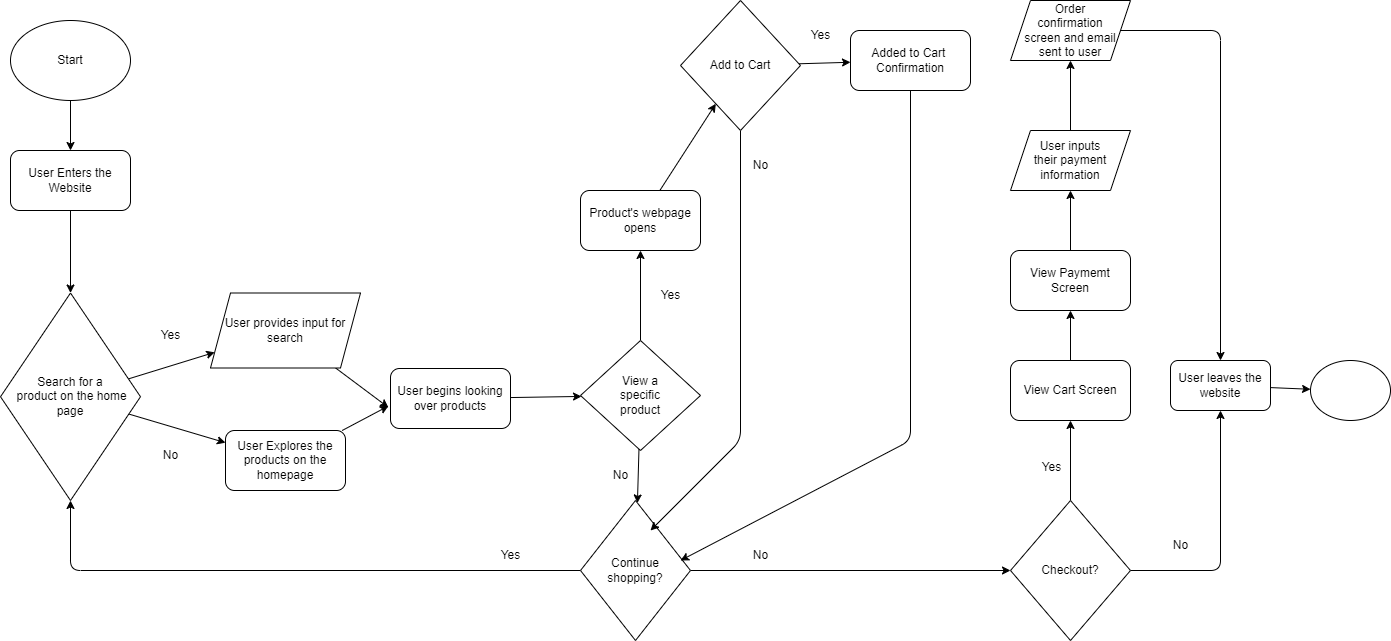
The draw.io diagram explore/diagramming/diagram.drawio.png in ajakhanwal/sp24-cse110-lab4, before a commit. Source tidied: cells renumbered, new cells last; positions are measured from the earlier drawing's top-left corner, leaving out a move shared by most shapes.
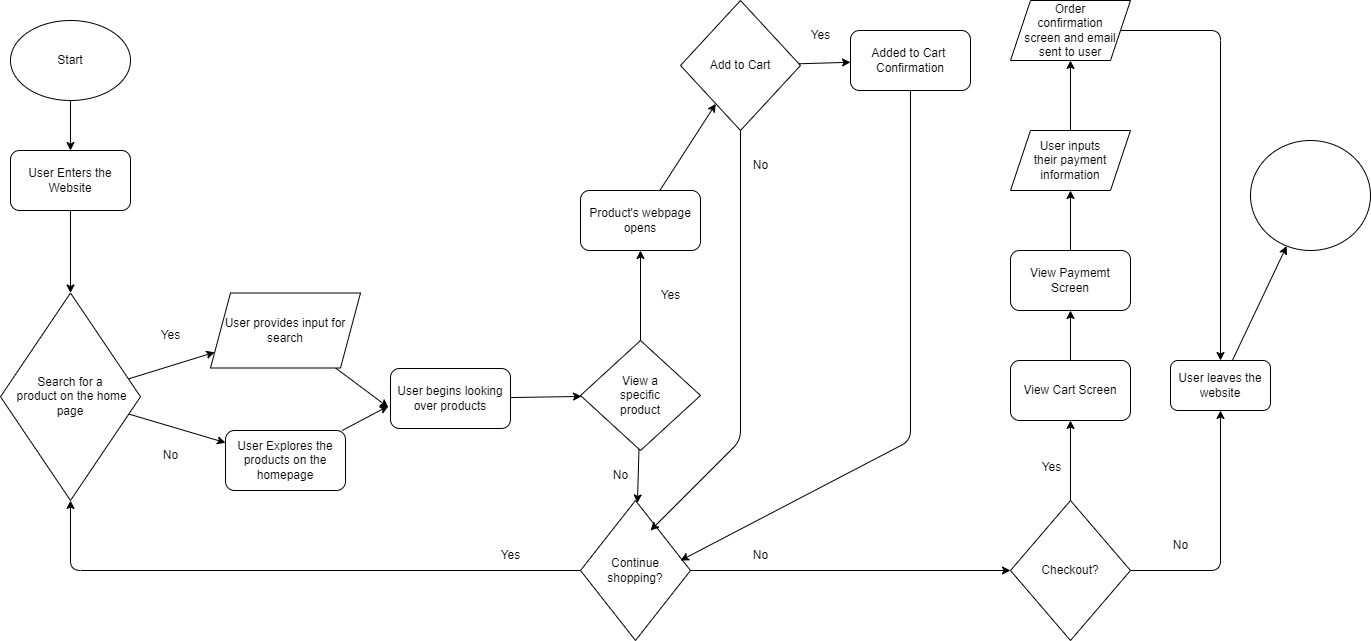
After the change.

Change to the diagram source:
```diff
@@ -173,8 +173,8 @@
     <mxCell id="50" value="No" style="text;html=1;align=center;verticalAlign=middle;strokeColor=none;fillColor=none;fontSize=12;" parent="1" vertex="1">
       <mxGeometry x="740" y="150" width="40" height="30" as="geometry" />
     </mxCell>
-    <mxCell id="51" value="&lt;font color=&quot;#ffffff&quot;&gt;End&lt;/font&gt;" style="ellipse;whiteSpace=wrap;html=1;fontSize=12;fontColor=#990000;" parent="1" vertex="1">
-      <mxGeometry x="1310" y="360" width="80" height="60" as="geometry" />
+    <mxCell id="51" value="&lt;font style=&quot;font-size: 26px;&quot; color=&quot;#ffffff&quot;&gt;End&lt;/font&gt;" style="ellipse;whiteSpace=wrap;html=1;fontSize=12;fontColor=#990000;" parent="1" vertex="1">
+      <mxGeometry x="1250" y="140" width="120" height="110" as="geometry" />
     </mxCell>
   </root>
 </mxGraphModel>
```
